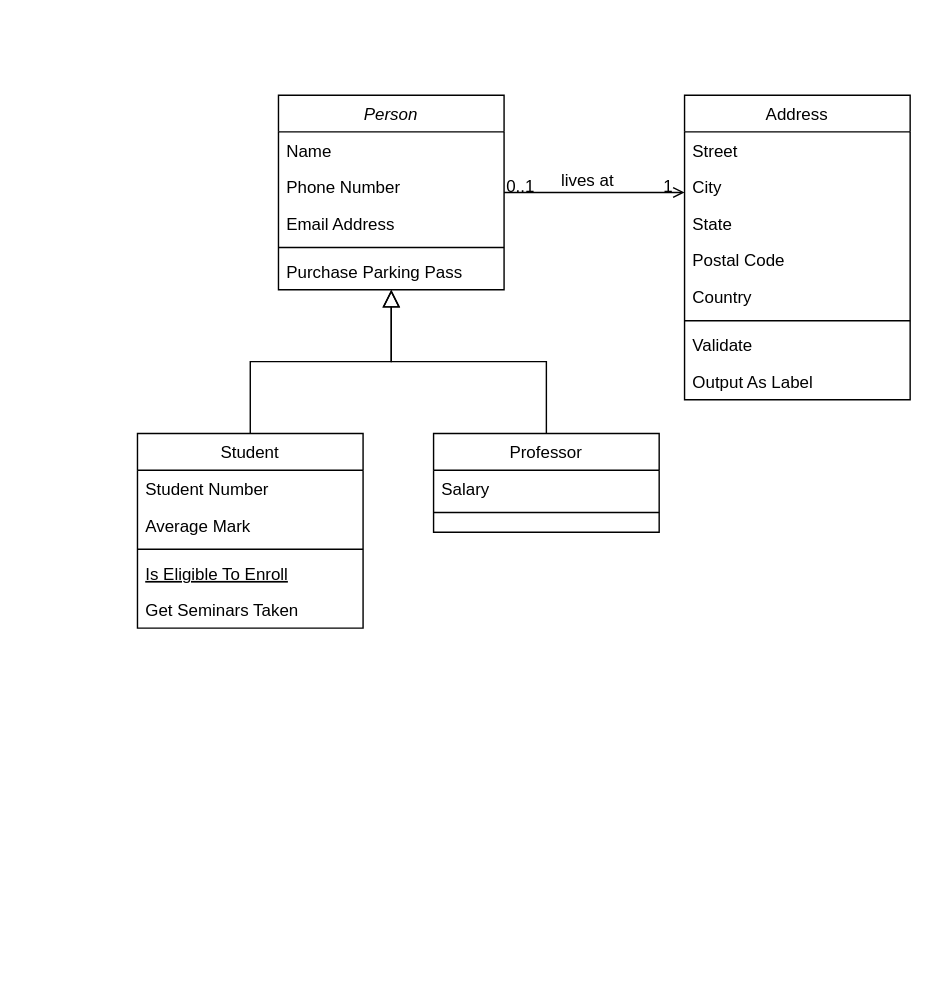
sleepydog25/social_investigator_with_R keeps this draw.io diagram as 未命名绘图.drawio. Above is the earlier version. Source tidied: cells renumbered, new cells numbered last; positions are measured from the earlier drawing's top-left corner, leaving out a move shared by most shapes. Both pictures are drawn from the tidied source at 141%, with x=0, y=0 at pixel (137, 94).
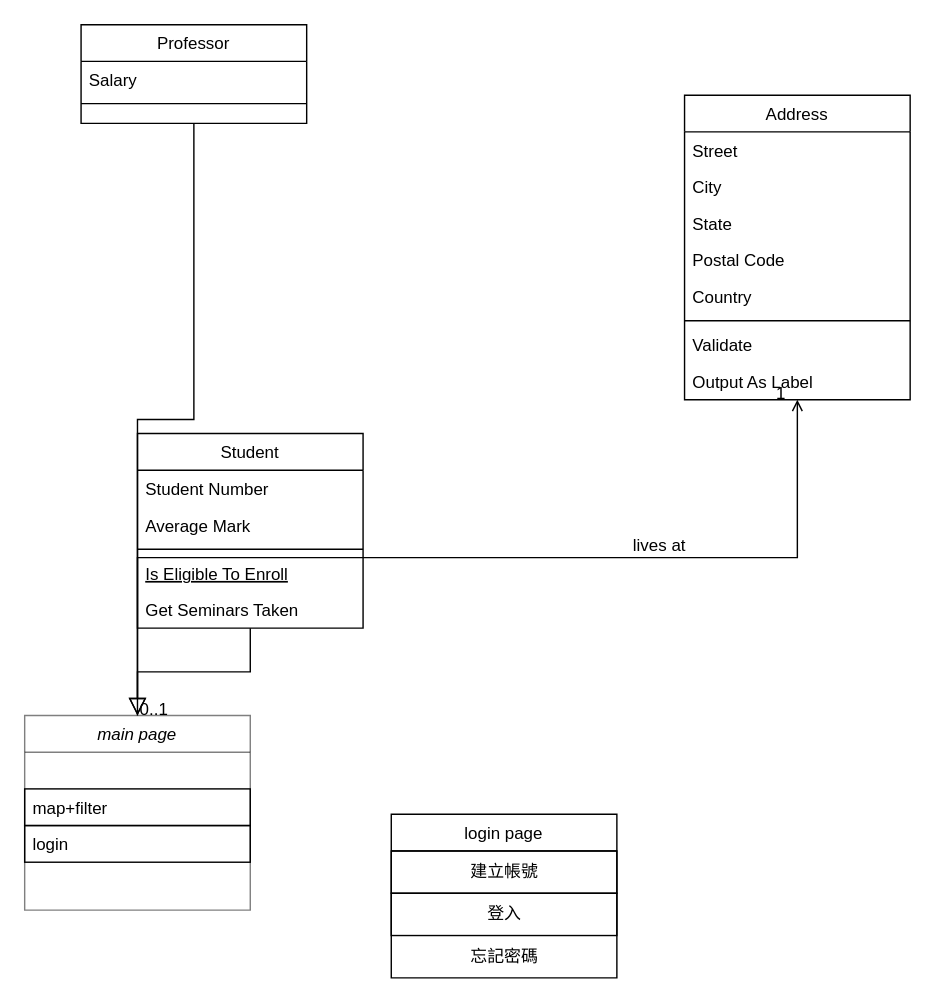
The same diagram, later.

Commit message:
更新未命名绘图.drawio

What changed in the source:
```diff
@@
-    <mxCell id="2" value="Person" style="swimlane;fontStyle=2;align=center;verticalAlign=top;horizontal=1;startSize=26;rounded=0;shadow=0;strokeWidth=1;" parent="1" vertex="1">
-      <mxGeometry x="100" width="160" height="138" as="geometry" />
+    <mxCell id="2" value="main page" style="swimlane;fontStyle=2;align=center;verticalAlign=top;horizontal=1;startSize=26;rounded=0;shadow=0;strokeWidth=1;opacity=50;" parent="1" vertex="1">
+      <mxGeometry x="-80" y="440" width="160" height="138" as="geometry" />
     </mxCell>
-    <mxCell id="3" value="Name" style="text;align=left;verticalAlign=top;spacingLeft=4;spacingRight=4;overflow=hidden;" parent="2" vertex="1">
+    <mxCell id="3" value="&#10;" style="text;align=left;verticalAlign=top;spacingLeft=4;spacingRight=4;overflow=hidden;" parent="2" vertex="1">
       <mxGeometry y="26" width="160" height="26" as="geometry" />
     </mxCell>
-    <mxCell id="4" value="Phone Number" style="text;align=left;verticalAlign=top;spacingLeft=4;spacingRight=4;overflow=hidden;rounded=0;shadow=0;html=0;" parent="2" vertex="1">
+    <mxCell id="4" value="map+filter" style="text;align=left;verticalAlign=top;spacingLeft=4;spacingRight=4;overflow=hidden;rounded=0;shadow=0;html=0;strokeColor=default;" parent="2" vertex="1">
       <mxGeometry y="52" width="160" height="26" as="geometry" />
     </mxCell>
-    <mxCell id="5" value="Email Address" style="text;align=left;verticalAlign=top;spacingLeft=4;spacingRight=4;overflow=hidden;rounded=0;shadow=0;html=0;" parent="2" vertex="1">
+    <mxCell id="5" value="login" style="text;align=left;verticalAlign=top;spacingLeft=4;spacingRight=4;overflow=hidden;rounded=0;shadow=0;html=0;strokeColor=default;" parent="2" vertex="1">
       <mxGeometry y="78" width="160" height="26" as="geometry" />
     </mxCell>
-    <mxCell id="6" style="line;html=1;strokeWidth=1;align=left;verticalAlign=middle;spacingTop=-1;spacingLeft=3;spacingRight=3;labelPosition=right;" parent="2" vertex="1">
-      <mxGeometry y="104" width="160" height="8" as="geometry" />
-    </mxCell>
-    <mxCell id="7" value="Purchase Parking Pass" style="text;align=left;verticalAlign=top;spacingLeft=4;spacingRight=4;overflow=hidden;" parent="2" vertex="1">
-      <mxGeometry y="112" width="160" height="26" as="geometry" />
-    </mxCell>
@@
     <mxCell id="15" value="Professor" style="swimlane;fontStyle=0;align=center;verticalAlign=top;horizontal=1;startSize=26;rounded=0;shadow=0;strokeWidth=1;" parent="1" vertex="1">
-      <mxGeometry x="210" y="240" width="160" height="70" as="geometry" />
+      <mxGeometry x="-40" y="-50" width="160" height="70" as="geometry" />
     </mxCell>
@@
+    <mxCell id="32" value="login page" style="swimlane;fontStyle=0;align=center;verticalAlign=top;horizontal=1;startSize=26;rounded=0;shadow=0;strokeWidth=1;" parent="1" vertex="1">
+      <mxGeometry x="180" y="510" width="160" height="116" as="geometry" />
+    </mxCell>
+    <mxCell id="33" value="建立帳號" style="text;html=1;align=center;verticalAlign=middle;strokeColor=default;fillColor=none;" parent="32" vertex="1">
+      <mxGeometry y="26" width="160" height="30" as="geometry" />
+    </mxCell>
+    <mxCell id="34" value="登入" style="text;html=1;align=center;verticalAlign=middle;strokeColor=default;fillColor=none;" parent="32" vertex="1">
+      <mxGeometry y="56" width="160" height="30" as="geometry" />
+    </mxCell>
+    <mxCell id="35" value="忘記密碼" style="text;html=1;align=center;verticalAlign=middle;strokeColor=none;fillColor=none;" parent="32" vertex="1">
+      <mxGeometry y="86" width="160" height="30" as="geometry" />
+    </mxCell>
```
